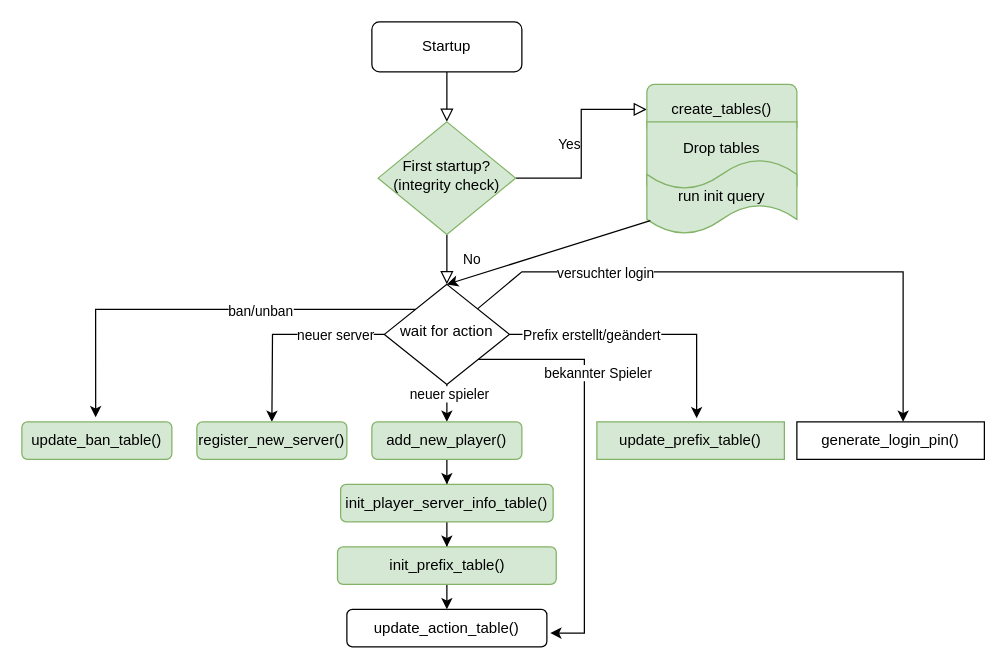
Before: database/flowchart.drawio in Tobias-Auer/MCConnect, a draw.io diagram. Source tidied: cells renumbered, new cells numbered last; positions are measured from the earlier drawing's top-left corner, leaving out a move shared by most shapes. Both pictures are drawn from the tidied source at 125%, with x=0, y=0 at pixel (21, 21).
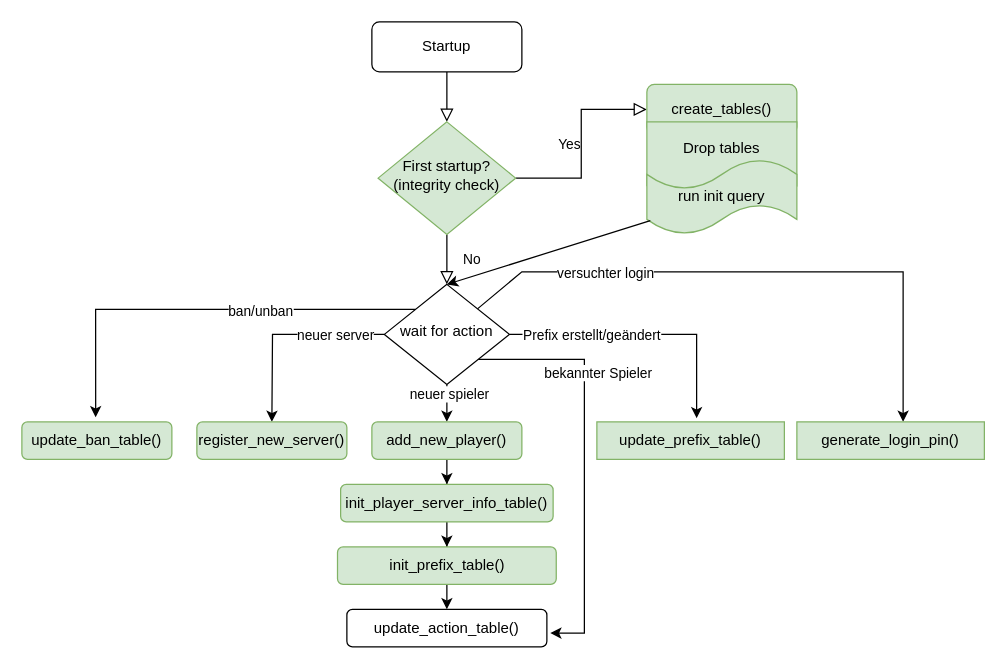
Above is the later version.

The edit, as a diff of the source:
```diff
@@
-    <mxCell id="34" value="&lt;div&gt;generate_login_pin()&lt;/div&gt;" style="rounded=0;whiteSpace=wrap;html=1;" parent="1" vertex="1">
+    <mxCell id="34" value="&lt;div&gt;generate_login_pin()&lt;/div&gt;" style="rounded=0;whiteSpace=wrap;html=1;fillColor=#d5e8d4;strokeColor=#82b366;" parent="1" vertex="1">
       <mxGeometry x="620" y="320" width="150" height="30" as="geometry" />
     </mxCell>
```
